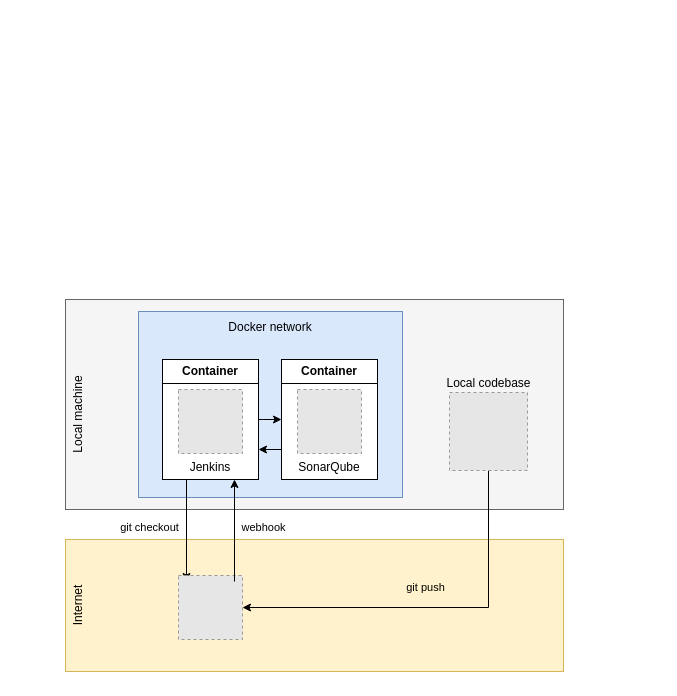
Above: documentation/architecture.drawio in theopendle/docker-ci (draw.io), before the change. Source tidied: cells renumbered, new cells numbered last; positions are measured from the earlier drawing's top-left corner, leaving out a move shared by most shapes. Both pictures are drawn from the tidied source at 100%, with x=0, y=0 at pixel (5, 299). Pictures stored in the file or linked from it are replaced by grey dashed boxes.
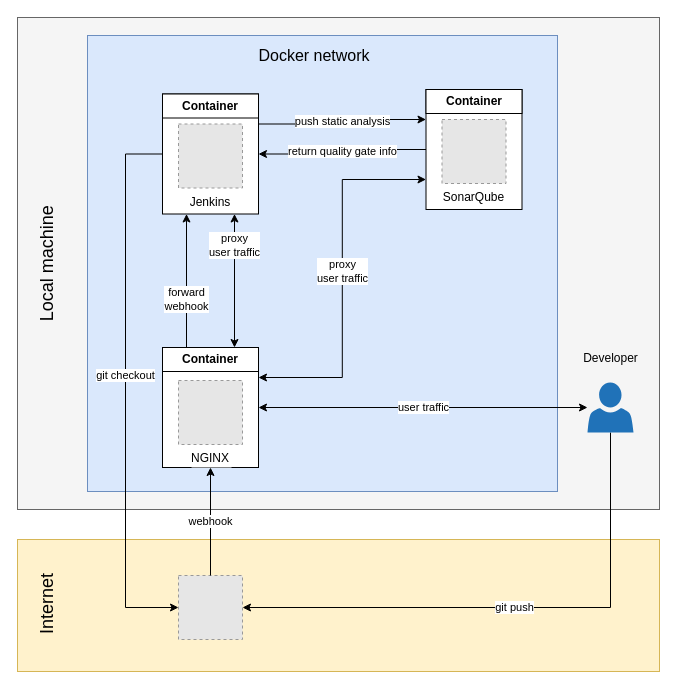
Above is the later version.

Commit message (it also covers changes not shown here):
Update architecture diagram

Unchanged cells that the change refers to:
```xml
<mxCell id="3" style="rounded=0;whiteSpace=wrap;html=1;strokeColor=none;fillColor=none;fontSize=8;align=right;fontColor=#000000;" parent="1" vertex="1">
  <mxGeometry x="157" y="282" width="96" height="66" as="geometry" />
</mxCell>
<mxCell id="7" style="rounded=0;whiteSpace=wrap;html=1;strokeColor=#000000;fillColor=#ffffff;fontSize=8;align=right;" parent="6" vertex="1">
  <mxGeometry width="96" height="120" as="geometry" />
</mxCell>
```

What changed in the source:
```diff
@@
     <mxCell id="2" style="rounded=0;whiteSpace=wrap;html=1;labelPosition=center;verticalLabelPosition=top;align=center;verticalAlign=top;horizontal=0;fillColor=#fff2cc;strokeColor=#d6b656;" parent="1" vertex="1">
-      <mxGeometry x="60" y="240" width="498" height="132" as="geometry" />
+      <mxGeometry x="12" y="240" width="642" height="132" as="geometry" />
     </mxCell>
+    <mxCell id="4" style="rounded=0;whiteSpace=wrap;html=1;labelPosition=center;verticalLabelPosition=top;align=center;verticalAlign=top;horizontal=0;fillColor=#f5f5f5;strokeColor=#666666;fontColor=#333333;" parent="1" vertex="1">
+      <mxGeometry x="12" y="-282" width="642" height="492" as="geometry" />
+    </mxCell>
@@
-    <mxCell id="4" style="rounded=0;whiteSpace=wrap;html=1;labelPosition=center;verticalLabelPosition=top;align=center;verticalAlign=top;horizontal=0;fillColor=#f5f5f5;strokeColor=#666666;fontColor=#333333;" parent="1" vertex="1">
-      <mxGeometry x="60" width="498" height="210" as="geometry" />
-    </mxCell>
+    <mxCell id="9" value="&lt;font style=&quot;font-size: 11px;&quot;&gt;&lt;font style=&quot;font-size: 11px;&quot;&gt;git push&lt;/font&gt;&lt;br style=&quot;font-size: 11px;&quot;&gt;&lt;/font&gt;" style="edgeStyle=orthogonalEdgeStyle;rounded=0;jettySize=auto;html=1;exitX=1;exitY=0.5;exitDx=0;exitDy=0;labelBackgroundColor=#ffffff;startArrow=classic;startFill=1;fontSize=11;endArrow=none;endFill=0;" parent="1" edge="1" source="20" target="28">
+      <mxGeometry relative="1" as="geometry" />
+    </mxCell>
+    <mxCell id="20" style="fillColor=#E6E6E6;strokeColor=#999999;dashed=1;html=1;verticalAlign=top;verticalLabelPosition=bottom;labelBackgroundColor=#ffffff;" parent="1" vertex="1">
+      <mxGeometry x="173" y="276" width="64" height="64" as="geometry" />
+    </mxCell>
     <mxCell id="5" style="rounded=0;whiteSpace=wrap;html=1;fillColor=#dae8fc;strokeColor=#6c8ebf;" parent="1" vertex="1">
-      <mxGeometry x="133" y="12" width="264" height="186" as="geometry" />
+      <mxGeometry x="82" y="-264" width="470" height="456" as="geometry" />
     </mxCell>
+    <mxCell id="19" value="Docker network" style="text;html=1;strokeColor=none;fillColor=none;align=center;verticalAlign=middle;whiteSpace=wrap;rounded=0;fontSize=16;" parent="1" vertex="1">
+      <mxGeometry x="222" y="-258" width="174" height="28" as="geometry" />
+    </mxCell>
+    <mxCell id="23" value="proxy&lt;br style=&quot;font-size: 11px;&quot;&gt;user traffic" style="edgeStyle=orthogonalEdgeStyle;rounded=0;jettySize=auto;html=1;exitX=0.75;exitY=1;exitDx=0;exitDy=0;entryX=0.75;entryY=0;entryDx=0;entryDy=0;labelBackgroundColor=#ffffff;startArrow=classic;startFill=1;fontSize=11;" parent="1" edge="1" source="16" target="26">
+      <mxGeometry x="-0.53" relative="1" as="geometry" />
+    </mxCell>
+    <mxCell id="16" style="rounded=0;whiteSpace=wrap;html=1;strokeColor=#000000;fillColor=#ffffff;fontSize=8;align=right;" parent="1" vertex="1">
+      <mxGeometry x="157" y="-205.5" width="96" height="120" as="geometry" />
+    </mxCell>
+    <mxCell id="17" value="&lt;div style=&quot;text-align: right; font-size: 12px;&quot;&gt;&lt;span style=&quot;font-size: 12px;&quot;&gt;Container&lt;/span&gt;&lt;/div&gt;" style="rounded=0;whiteSpace=wrap;html=1;strokeColor=#000000;fillColor=#ffffff;fontSize=12;align=center;fontStyle=1;" parent="1" vertex="1">
+      <mxGeometry x="157" y="-205.5" width="96" height="24" as="geometry" />
+    </mxCell>
+    <mxCell id="18" value="Jenkins" style="fillColor=#E6E6E6;strokeColor=#999999;dashed=1;verticalLabelPosition=bottom;verticalAlign=top;" parent="1" vertex="1">
+      <mxGeometry x="173" y="-175.5" width="64" height="64" as="geometry" />
+    </mxCell>
     <mxCell id="6" style="group;" parent="1" vertex="1">
-      <mxGeometry x="276" y="60" width="96" height="120" as="geometry" />
+      <mxGeometry x="420.5" y="-210" width="96" height="120" as="geometry" />
     </mxCell>
@@
-    <mxCell id="9" value="git push" style="edgeStyle=orthogonalEdgeStyle;rounded=0;jettySize=auto;html=1;exitX=0.5;exitY=1;exitDx=0;exitDy=0;entryX=1;entryY=0.5;entryDx=0;entryDy=0;labelBackgroundColor=none;" parent="1" edge="1" source="10" target="20">
-      <mxGeometry x="-0.39" y="-63" relative="1" as="geometry" />
-    </mxCell>
-    <mxCell id="10" value="Local codebase" style="fillColor=#E6E6E6;strokeColor=#999999;dashed=1;html=1;verticalAlign=bottom;verticalLabelPosition=top;labelBackgroundColor=none;labelPosition=center;align=center;" parent="1" vertex="1">
-      <mxGeometry x="444" y="93" width="78" height="78" as="geometry" />
-    </mxCell>
     <mxCell id="11" value="SonarQube" style="fillColor=#E6E6E6;strokeColor=#999999;dashed=1;verticalLabelPosition=bottom;verticalAlign=top;" parent="1" vertex="1">
-      <mxGeometry x="292" y="90" width="64" height="64" as="geometry" />
+      <mxGeometry x="436.5" y="-180" width="64" height="64" as="geometry" />
     </mxCell>
+    <mxCell id="21" value="return quality gate info" style="edgeStyle=orthogonalEdgeStyle;rounded=0;jettySize=auto;html=1;exitX=0;exitY=0.5;exitDx=0;exitDy=0;entryX=1;entryY=0.5;entryDx=0;entryDy=0;fontSize=11;" parent="1" edge="1" source="7" target="16">
+      <mxGeometry relative="1" as="geometry" />
+    </mxCell>
+    <mxCell id="15" value="push static analysis" style="edgeStyle=orthogonalEdgeStyle;rounded=0;jettySize=auto;html=1;exitX=1;exitY=0.25;exitDx=0;exitDy=0;entryX=0;entryY=0.25;entryDx=0;entryDy=0;fontSize=11;" parent="1" edge="1" source="16" target="7">
+      <mxGeometry relative="1" as="geometry" />
+    </mxCell>
+    <mxCell id="24" style="group;" parent="1" vertex="1">
+      <mxGeometry x="157" y="48" width="96" height="120" as="geometry" />
+    </mxCell>
+    <mxCell id="25" style="rounded=0;whiteSpace=wrap;html=1;strokeColor=#000000;fillColor=#ffffff;fontSize=8;align=right;" parent="24" vertex="1">
+      <mxGeometry width="96" height="120" as="geometry" />
+    </mxCell>
+    <mxCell id="26" value="&lt;div style=&quot;text-align: right; font-size: 12px;&quot;&gt;&lt;span style=&quot;font-size: 12px;&quot;&gt;Container&lt;/span&gt;&lt;/div&gt;" style="rounded=0;whiteSpace=wrap;html=1;strokeColor=#000000;fillColor=#ffffff;fontSize=12;align=center;fontStyle=1;" parent="24" vertex="1">
+      <mxGeometry width="96" height="24" as="geometry" />
+    </mxCell>
+    <mxCell id="27" value="NGINX" style="fillColor=#E6E6E6;strokeColor=#999999;dashed=1;verticalLabelPosition=bottom;labelBackgroundColor=#ffffff;verticalAlign=top;" parent="24" vertex="1">
+      <mxGeometry x="16" y="33" width="64" height="64" as="geometry" />
+    </mxCell>
+    <mxCell id="28" value="Developer&lt;br&gt;&amp;nbsp;" style="shadow=0;dashed=0;html=1;strokeColor=none;labelPosition=center;verticalLabelPosition=top;verticalAlign=bottom;outlineConnect=0;align=center;shape=mxgraph.office.users.user;fillColor=#2072B8;" parent="1" vertex="1">
+      <mxGeometry x="582" y="83" width="46" height="50" as="geometry" />
+    </mxCell>
+    <mxCell id="13" value="Local machine" style="text;html=1;strokeColor=none;fillColor=none;align=center;verticalAlign=middle;whiteSpace=wrap;rounded=0;rotation=-90;fontSize=18;" parent="1" vertex="1">
+      <mxGeometry x="-84" y="-49.8" width="251.2" height="27.8" as="geometry" />
+    </mxCell>
+    <mxCell id="29" value="forward&lt;br style=&quot;font-size: 11px;&quot;&gt;webhook" style="edgeStyle=orthogonalEdgeStyle;rounded=0;jettySize=auto;html=1;exitX=0.25;exitY=0;exitDx=0;exitDy=0;entryX=0.25;entryY=1;entryDx=0;entryDy=0;labelBackgroundColor=#ffffff;fontSize=11;" parent="1" edge="1" source="26" target="16">
+      <mxGeometry x="-0.28" relative="1" as="geometry" />
+    </mxCell>
+    <mxCell id="30" value="proxy&lt;br style=&quot;font-size: 11px;&quot;&gt;user traffic" style="edgeStyle=orthogonalEdgeStyle;rounded=0;jettySize=auto;html=1;exitX=1;exitY=0.25;exitDx=0;exitDy=0;entryX=0;entryY=0.75;entryDx=0;entryDy=0;labelBackgroundColor=#ffffff;startArrow=classic;startFill=1;fontSize=11;" parent="1" edge="1" source="25" target="7">
+      <mxGeometry x="0.04" relative="1" as="geometry" />
+    </mxCell>
-    <mxCell id="12" value="git checkout" style="edgeStyle=orthogonalEdgeStyle;rounded=0;jettySize=auto;html=1;exitX=0.25;exitY=1;exitDx=0;exitDy=0;labelBackgroundColor=none;entryX=0.25;entryY=0;entryDx=0;entryDy=0;" parent="1" edge="1" source="16" target="3">
-      <mxGeometry x="-0.06" y="-37" relative="1" as="geometry" />
+    <mxCell id="12" value="git checkout" style="edgeStyle=orthogonalEdgeStyle;rounded=0;jettySize=auto;html=1;labelBackgroundColor=#ffffff;entryX=0;entryY=0.5;entryDx=0;entryDy=0;exitX=0;exitY=0.5;exitDx=0;exitDy=0;fontSize=11;" parent="1" edge="1" source="16" target="20">
+      <mxGeometry x="-0.05" relative="1" as="geometry">
+        <Array as="points">
+          <mxPoint x="120" y="-145" />
+          <mxPoint x="120" y="308" />
+        </Array>
+      </mxGeometry>
     </mxCell>
-    <mxCell id="13" value="Local machine" style="text;html=1;strokeColor=none;fillColor=none;align=center;verticalAlign=middle;whiteSpace=wrap;rounded=0;rotation=-90;" parent="1" vertex="1">
-      <mxGeometry y="105" width="146" height="20" as="geometry" />
-    </mxCell>
+    <mxCell id="31" value="user traffic" style="edgeStyle=orthogonalEdgeStyle;rounded=0;jettySize=auto;html=1;exitX=1;exitY=0.5;exitDx=0;exitDy=0;labelBackgroundColor=#ffffff;startArrow=classic;startFill=1;fontSize=11;" parent="1" edge="1" source="25" target="28">
+      <mxGeometry relative="1" as="geometry" />
+    </mxCell>
+    <mxCell id="22" value="webhook" style="edgeStyle=orthogonalEdgeStyle;rounded=0;jettySize=auto;html=1;entryX=0.5;entryY=0;entryDx=0;entryDy=0;endArrow=none;endFill=0;startArrow=classic;startFill=1;labelBackgroundColor=#ffffff;horizontal=1;exitX=0.5;exitY=1;exitDx=0;exitDy=0;fontSize=11;" parent="1" edge="1" source="25" target="20">
+      <mxGeometry relative="1" as="geometry">
+        <Array as="points">
+          <mxPoint x="205" y="222" />
+          <mxPoint x="205" y="222" />
+        </Array>
+      </mxGeometry>
+    </mxCell>
-    <mxCell id="14" value="Internet" style="text;html=1;strokeColor=none;fillColor=none;align=center;verticalAlign=middle;whiteSpace=wrap;rounded=0;rotation=-90;" parent="1" vertex="1">
-      <mxGeometry y="296" width="146" height="20" as="geometry" />
+    <mxCell id="14" value="Internet" style="text;html=1;strokeColor=none;fillColor=none;align=center;verticalAlign=middle;whiteSpace=wrap;rounded=0;rotation=-90;fontSize=18;" parent="1" vertex="1">
+      <mxGeometry x="-31.5" y="295" width="146" height="20" as="geometry" />
     </mxCell>
-    <mxCell id="15" style="edgeStyle=orthogonalEdgeStyle;rounded=0;jettySize=auto;html=1;exitX=1;exitY=0.5;exitDx=0;exitDy=0;entryX=0;entryY=0.5;entryDx=0;entryDy=0;" parent="1" edge="1" source="16" target="7">
-      <mxGeometry relative="1" as="geometry" />
-    </mxCell>
-    <mxCell id="16" style="rounded=0;whiteSpace=wrap;html=1;strokeColor=#000000;fillColor=#ffffff;fontSize=8;align=right;" parent="1" vertex="1">
-      <mxGeometry x="157" y="60" width="96" height="120" as="geometry" />
-    </mxCell>
-    <mxCell id="17" value="&lt;div style=&quot;text-align: right; font-size: 12px;&quot;&gt;&lt;span style=&quot;font-size: 12px;&quot;&gt;Container&lt;/span&gt;&lt;/div&gt;" style="rounded=0;whiteSpace=wrap;html=1;strokeColor=#000000;fillColor=#ffffff;fontSize=12;align=center;fontStyle=1;" parent="1" vertex="1">
-      <mxGeometry x="157" y="60" width="96" height="24" as="geometry" />
-    </mxCell>
-    <mxCell id="18" value="Jenkins" style="fillColor=#E6E6E6;strokeColor=#999999;dashed=1;verticalLabelPosition=bottom;verticalAlign=top;" parent="1" vertex="1">
-      <mxGeometry x="173" y="90" width="64" height="64" as="geometry" />
-    </mxCell>
-    <mxCell id="19" value="Docker network" style="text;html=1;strokeColor=none;fillColor=none;align=center;verticalAlign=middle;whiteSpace=wrap;rounded=0;" parent="1" vertex="1">
-      <mxGeometry x="211" y="18" width="108" height="20" as="geometry" />
-    </mxCell>
-    <mxCell id="20" style="fillColor=#E6E6E6;strokeColor=#999999;dashed=1;html=1;verticalAlign=top;verticalLabelPosition=bottom;labelBackgroundColor=#ffffff;" parent="1" vertex="1">
-      <mxGeometry x="173" y="276" width="64" height="64" as="geometry" />
-    </mxCell>
-    <mxCell id="21" style="edgeStyle=orthogonalEdgeStyle;rounded=0;jettySize=auto;html=1;exitX=0;exitY=0.75;exitDx=0;exitDy=0;entryX=1;entryY=0.75;entryDx=0;entryDy=0;" parent="1" edge="1" source="7" target="16">
-      <mxGeometry relative="1" as="geometry" />
-    </mxCell>
-    <mxCell id="22" value="webhook" style="edgeStyle=orthogonalEdgeStyle;rounded=0;jettySize=auto;html=1;entryX=0.75;entryY=0;entryDx=0;entryDy=0;endArrow=none;endFill=0;startArrow=classic;startFill=1;labelBackgroundColor=none;horizontal=1;exitX=0.75;exitY=1;exitDx=0;exitDy=0;" parent="1" edge="1" source="16" target="3">
-      <mxGeometry x="0.18" y="31" relative="1" as="geometry">
-        <Array as="points">
-          <mxPoint x="229" y="240" />
-          <mxPoint x="229" y="240" />
-        </Array>
-        <mxPoint x="-2" y="-12" as="offset" />
-      </mxGeometry>
-    </mxCell>
```
